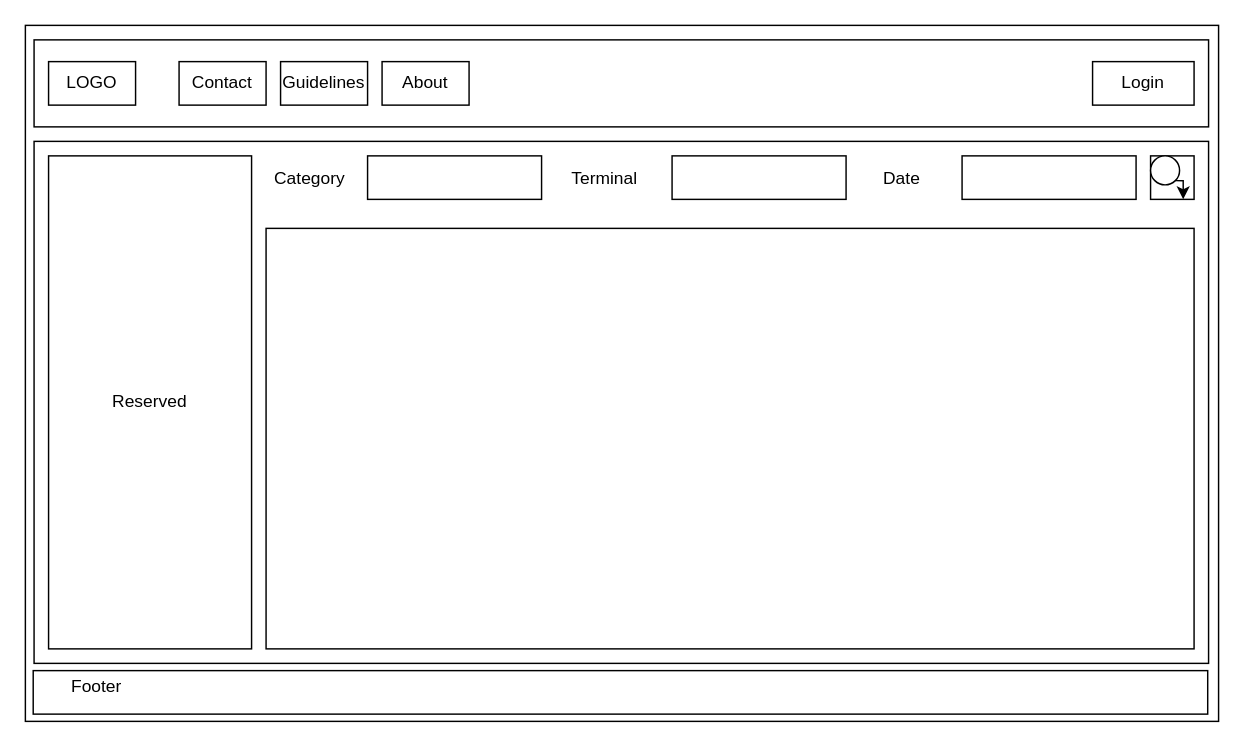
This is page "Dashboard" (1 of 6) of lost-and-found/Design/Design.drawio from syeduroojkamal/minor-project, a draw.io file, before an edit. Source tidied: cells renumbered, new cells numbered last; positions are measured from the earlier drawing's top-left corner, leaving out a move shared by most shapes. Both pictures are drawn from the tidied source at 145%, with x=0, y=0 at pixel (25, 25).
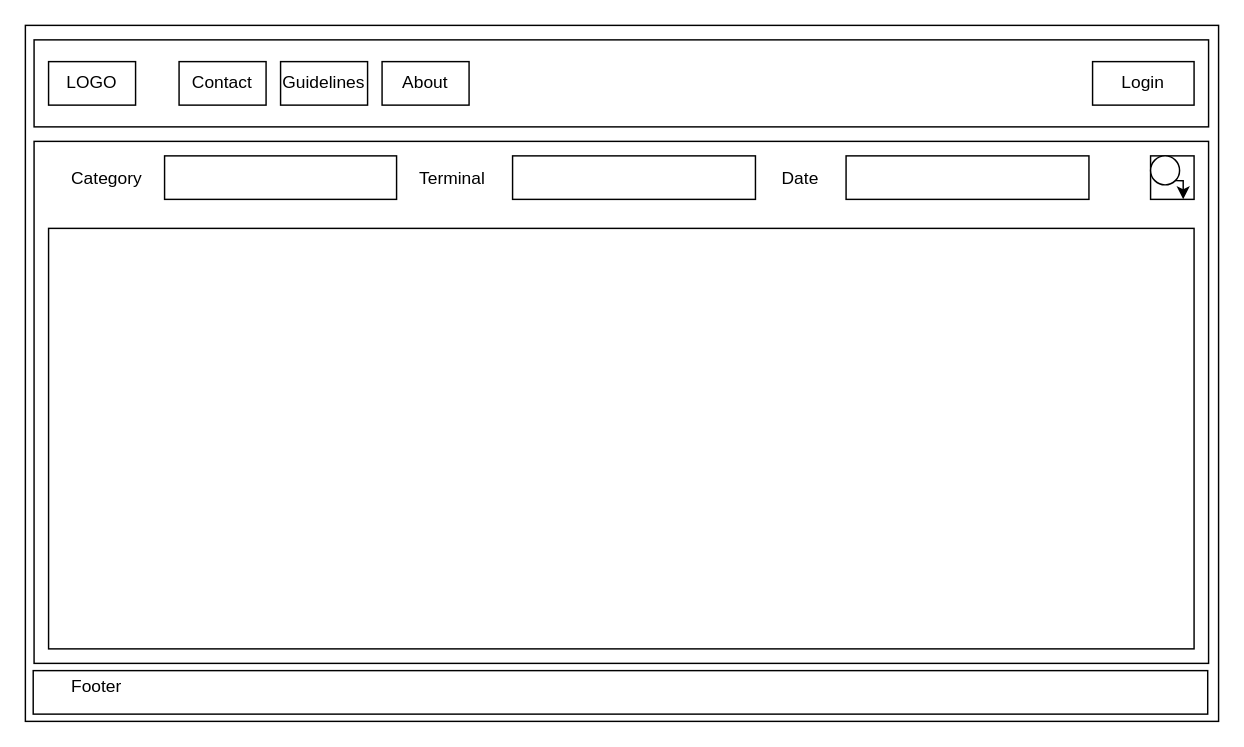
Above is the later version.

Change to the diagram source:
```diff
@@
     <mxCell id="10" style="rounded=0;whiteSpace=wrap;html=1;" parent="1" vertex="1">
-      <mxGeometry x="236" y="90" width="120" height="30" as="geometry" />
+      <mxGeometry x="96" y="90" width="160" height="30" as="geometry" />
     </mxCell>
     <mxCell id="11" style="rounded=0;whiteSpace=wrap;html=1;" parent="1" vertex="1">
-      <mxGeometry x="446" y="90" width="120" height="30" as="geometry" />
+      <mxGeometry x="336" y="90" width="167.5" height="30" as="geometry" />
     </mxCell>
     <mxCell id="12" style="rounded=0;whiteSpace=wrap;html=1;" parent="1" vertex="1">
-      <mxGeometry x="646" y="90" width="120" height="30" as="geometry" />
+      <mxGeometry x="566" y="90" width="167.5" height="30" as="geometry" />
     </mxCell>
     <mxCell id="13" style="rounded=0;whiteSpace=wrap;html=1;" parent="1" vertex="1">
-      <mxGeometry x="166" y="140" width="640" height="290" as="geometry" />
+      <mxGeometry x="16" y="140" width="790" height="290" as="geometry" />
     </mxCell>
     <mxCell id="14" value="Category" style="text;strokeColor=none;fillColor=none;align=left;verticalAlign=middle;spacingLeft=4;spacingRight=4;overflow=hidden;" parent="1" vertex="1">
-      <mxGeometry x="166" y="90" width="80" height="30" as="geometry" />
+      <mxGeometry x="26" y="90" width="80" height="30" as="geometry" />
     </mxCell>
     <mxCell id="15" value="Terminal" style="text;strokeColor=none;fillColor=none;align=left;verticalAlign=middle;spacingLeft=4;spacingRight=4;overflow=hidden;" parent="1" vertex="1">
-      <mxGeometry x="371" y="90" width="80" height="30" as="geometry" />
+      <mxGeometry x="266" y="90" width="80" height="30" as="geometry" />
     </mxCell>
     <mxCell id="16" value="Date" style="text;strokeColor=none;fillColor=none;align=left;verticalAlign=middle;spacingLeft=4;spacingRight=4;overflow=hidden;" parent="1" vertex="1">
-      <mxGeometry x="586" y="90" width="40" height="30" as="geometry" />
+      <mxGeometry x="516" y="90" width="40" height="30" as="geometry" />
     </mxCell>
@@
-    <mxCell id="21" value="Reserved" style="rounded=0;whiteSpace=wrap;html=1;" parent="1" vertex="1">
-      <mxGeometry x="16" y="90" width="140" height="340" as="geometry" />
-    </mxCell>
```
